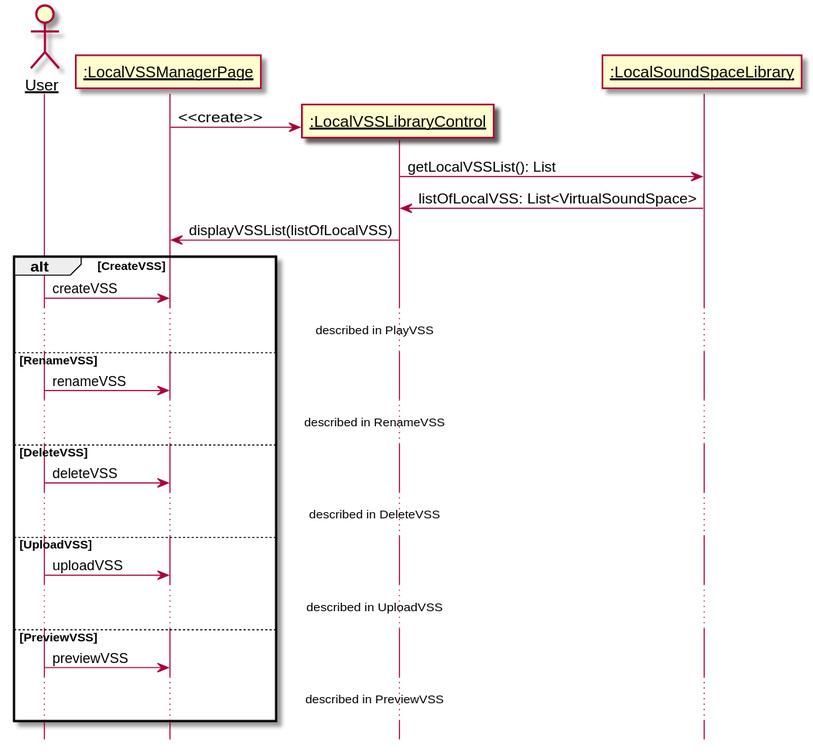
The PlantUML diagram 需求定义和分析/ManageLocalVSSLibrary.svg in kpp19920121/doc, before a commit.
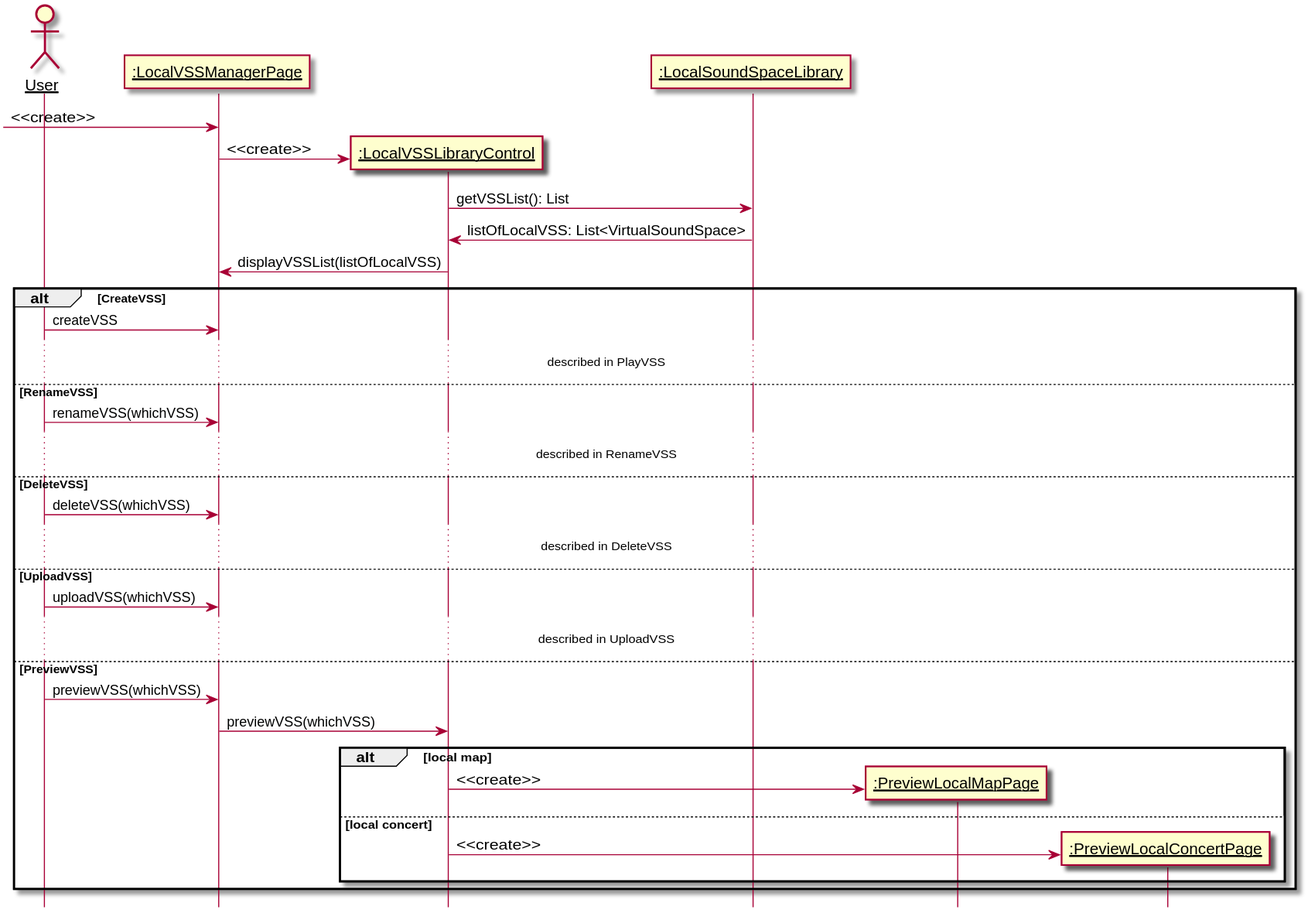
The same file after the commit.

Diff of the diagram source:
```diff
@@ -7,9 +7,11 @@
 participant ":LocalVSSLibraryControl" as control
 participant ":LocalSoundSpaceLibrary" as library
 
+create boundary
+[-> boundary: <<create>>
 create control
 boundary -> control: <<create>>
-control -> library: getLocalVSSList(): List
+control -> library: getVSSList(): List
 library -> control: listOfLocalVSS: List<VirtualSoundSpace>
 control -> boundary: displayVSSList(listOfLocalVSS)
 
@@ -18,16 +20,26 @@
     user -> boundary: createVSS
     ...described in PlayVSS...
 else RenameVSS
-    user -> boundary: renameVSS
+    user -> boundary: renameVSS(whichVSS)
     ...described in RenameVSS...
 else DeleteVSS
-    user -> boundary: deleteVSS
+    user -> boundary: deleteVSS(whichVSS)
     ...described in DeleteVSS...
 else UploadVSS
-    user -> boundary: uploadVSS
+    user -> boundary: uploadVSS(whichVSS)
     ...described in UploadVSS...
 else PreviewVSS
-    user -> boundary: previewVSS
-    ...described in PreviewVSS...
+    user -> boundary: previewVSS(whichVSS)
+    boundary -> control: previewVSS(whichVSS)
+    alt local map
+        participant ":PreviewLocalMapPage" as plmp
+        create plmp
+        control -> plmp: <<create>>
+
+    else local concert
+        participant ":PreviewLocalConcertPage" as plcp
+        create plcp
+        control -> plcp: <<create>>
+    end
 end
 @enduml
```
